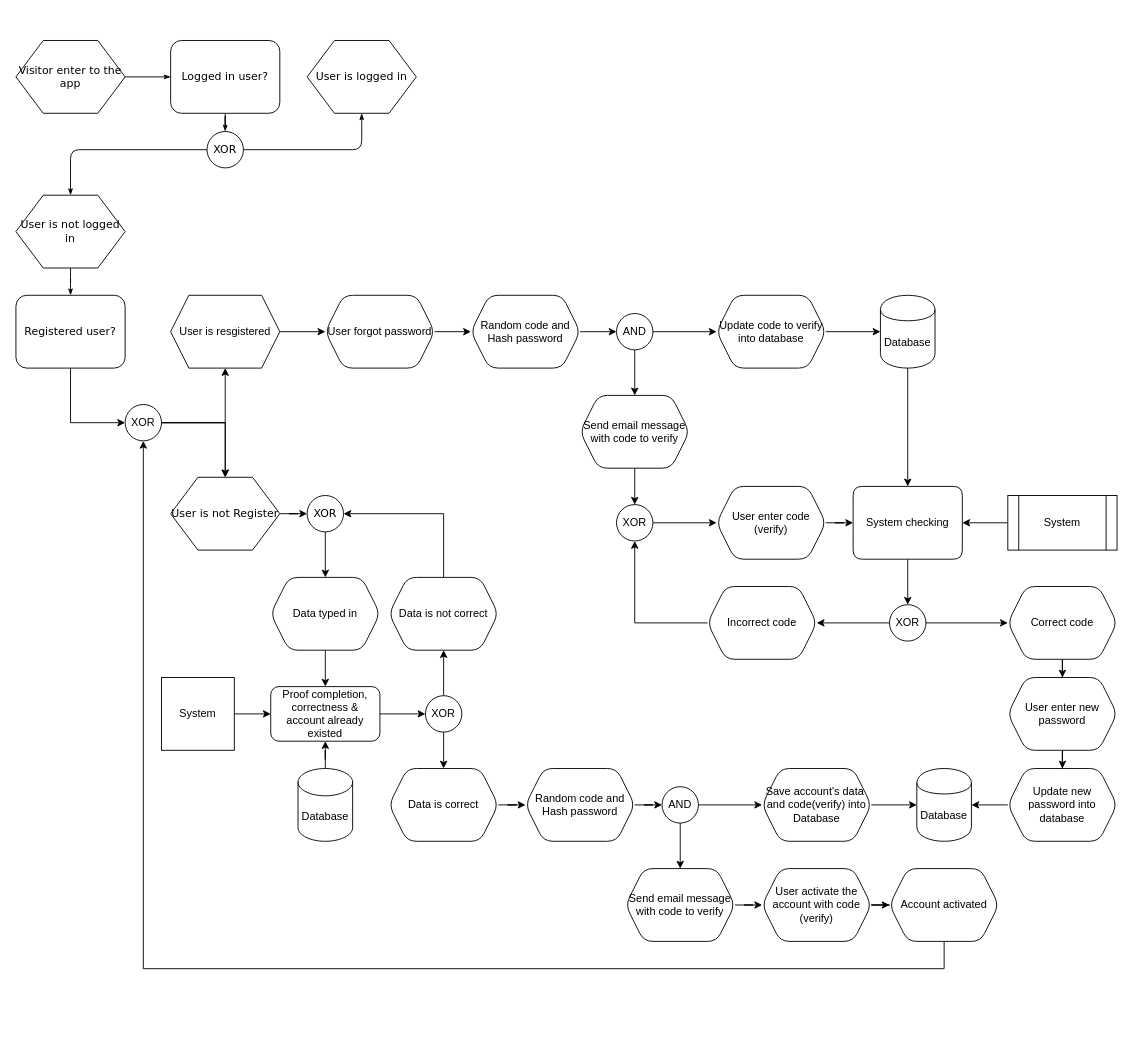
Before: Untitled Diagram.drawio in LoebKalin/HTML, a draw.io diagram. Source tidied: cells renumbered, new cells numbered last; positions are measured from the earlier drawing's top-left corner, leaving out a move shared by most shapes. Both pictures are drawn from the tidied source at 91%, with x=0, y=0 at pixel (15, 40).
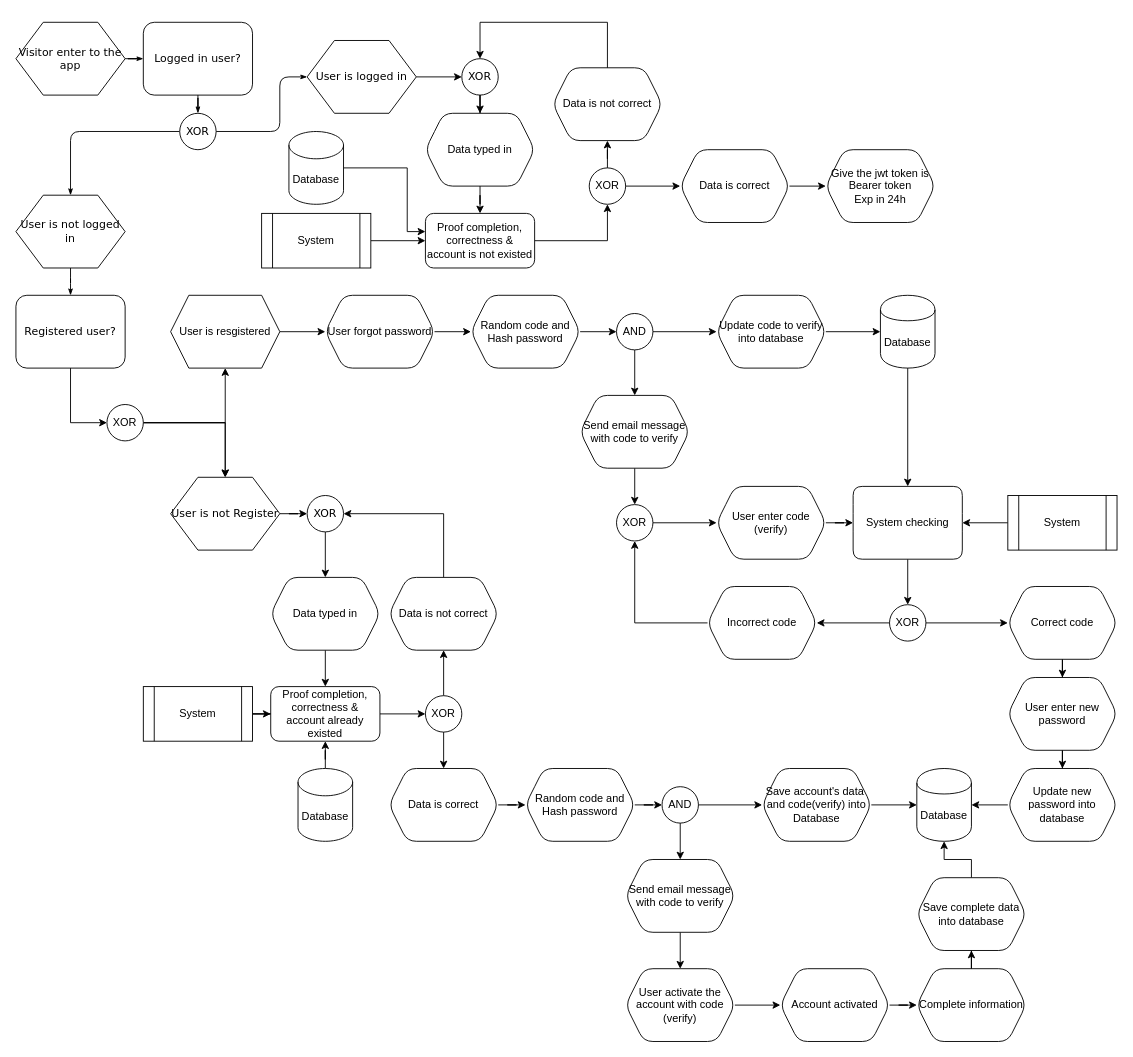
The same diagram, later.

Unchanged cells that the change refers to:
```xml
<mxCell id="11" value="User is logged in" style="shape=hexagon;perimeter=hexagonPerimeter;whiteSpace=wrap;html=1;rounded=0;shadow=0;labelBackgroundColor=none;strokeWidth=1;fontFamily=Verdana;fontSize=12;align=center;" parent="1" vertex="1">
  <mxGeometry x="320" width="120" height="80" as="geometry" />
</mxCell>
<mxCell id="27" value="Proof completion, correctness &amp;amp; account already existed" style="whiteSpace=wrap;html=1;rounded=1;" parent="1" vertex="1">
  <mxGeometry x="280" y="710" width="120" height="60" as="geometry" />
</mxCell>
<mxCell id="40" value="Database" style="shape=cylinder;whiteSpace=wrap;html=1;boundedLbl=1;backgroundOutline=1;rounded=1;" parent="1" vertex="1">
  <mxGeometry x="990" y="800" width="60" height="80" as="geometry" />
</mxCell>
```

Change to the diagram source:
```diff
@@
     <mxCell id="3" value="Visitor enter to the app" style="shape=hexagon;perimeter=hexagonPerimeter;whiteSpace=wrap;html=1;rounded=0;shadow=0;labelBackgroundColor=none;strokeWidth=1;fontFamily=Verdana;fontSize=12;align=center;" parent="1" vertex="1">
-      <mxGeometry width="120" height="80" as="geometry" />
+      <mxGeometry y="-20" width="120" height="80" as="geometry" />
     </mxCell>
@@
     <mxCell id="5" value="Logged in user?" style="rounded=1;whiteSpace=wrap;html=1;shadow=0;labelBackgroundColor=none;strokeWidth=1;fontFamily=Verdana;fontSize=12;align=center;" parent="1" vertex="1">
-      <mxGeometry x="170" width="120" height="80" as="geometry" />
+      <mxGeometry x="140" y="-20" width="120" height="80" as="geometry" />
     </mxCell>
     <mxCell id="6" style="edgeStyle=orthogonalEdgeStyle;rounded=1;html=1;labelBackgroundColor=none;startArrow=none;startFill=0;startSize=5;endArrow=classicThin;endFill=1;endSize=5;jettySize=auto;strokeWidth=1;fontFamily=Verdana;fontSize=8;" parent="1" edge="1" source="8" target="11">
-      <mxGeometry relative="1" as="geometry" />
+      <mxGeometry relative="1" as="geometry">
+        <Array as="points">
+          <mxPoint x="290" y="100" />
+          <mxPoint x="290" y="40" />
+        </Array>
+      </mxGeometry>
     </mxCell>
@@
     <mxCell id="8" value="XOR" style="ellipse;whiteSpace=wrap;html=1;rounded=1;shadow=0;labelBackgroundColor=none;strokeWidth=1;fontFamily=Verdana;fontSize=12;align=center;" parent="1" vertex="1">
-      <mxGeometry x="210" y="100" width="40" height="40" as="geometry" />
+      <mxGeometry x="180" y="80" width="40" height="40" as="geometry" />
     </mxCell>
@@
+    <mxCell id="85" style="edgeStyle=orthogonalEdgeStyle;rounded=0;jettySize=auto;html=1;" parent="1" edge="1" source="11" target="94">
+      <mxGeometry relative="1" as="geometry" />
+    </mxCell>
@@
     <mxCell id="19" value="XOR" style="ellipse;whiteSpace=wrap;html=1;" parent="1" vertex="1">
-      <mxGeometry x="120" y="400" width="40" height="40" as="geometry" />
+      <mxGeometry x="100" y="400" width="40" height="40" as="geometry" />
     </mxCell>
@@
-    <mxCell id="28" style="edgeStyle=orthogonalEdgeStyle;rounded=0;jettySize=auto;html=1;" parent="1" edge="1" source="29" target="27">
-      <mxGeometry relative="1" as="geometry" />
-    </mxCell>
-    <mxCell id="29" value="System" style="whiteSpace=wrap;html=1;" parent="1" vertex="1">
-      <mxGeometry x="160" y="700" width="80" height="80" as="geometry" />
-    </mxCell>
@@
     <mxCell id="48" value="Send email message with code to verify" style="shape=hexagon;perimeter=hexagonPerimeter2;whiteSpace=wrap;html=1;fixedSize=1;rounded=1;" parent="1" vertex="1">
-      <mxGeometry x="670" y="910" width="120" height="80" as="geometry" />
+      <mxGeometry x="670" y="900" width="120" height="80" as="geometry" />
     </mxCell>
@@
     <mxCell id="50" value="User activate the account with code (verify)" style="shape=hexagon;perimeter=hexagonPerimeter2;whiteSpace=wrap;html=1;fixedSize=1;rounded=1;" parent="1" vertex="1">
-      <mxGeometry x="820" y="910" width="120" height="80" as="geometry" />
+      <mxGeometry x="670" y="1020" width="120" height="80" as="geometry" />
     </mxCell>
-    <mxCell id="51" style="edgeStyle=orthogonalEdgeStyle;rounded=0;jettySize=auto;html=1;entryX=0.5;entryY=1;entryDx=0;entryDy=0;" parent="1" edge="1" source="52" target="19">
-      <mxGeometry relative="1" as="geometry">
-        <Array as="points">
-          <mxPoint x="1020" y="1020" />
-          <mxPoint x="140" y="1020" />
-        </Array>
-      </mxGeometry>
-    </mxCell>
+    <mxCell id="86" style="edgeStyle=orthogonalEdgeStyle;rounded=0;jettySize=auto;html=1;" parent="1" edge="1" source="52" target="90">
+      <mxGeometry relative="1" as="geometry" />
+    </mxCell>
     <mxCell id="52" value="Account activated" style="shape=hexagon;perimeter=hexagonPerimeter2;whiteSpace=wrap;html=1;fixedSize=1;rounded=1;" parent="1" vertex="1">
-      <mxGeometry x="960" y="910" width="120" height="80" as="geometry" />
+      <mxGeometry x="840" y="1020" width="120" height="80" as="geometry" />
     </mxCell>
@@
+    <mxCell id="87" style="edgeStyle=orthogonalEdgeStyle;rounded=0;jettySize=auto;html=1;" parent="1" edge="1" source="88" target="27">
+      <mxGeometry relative="1" as="geometry" />
+    </mxCell>
+    <mxCell id="88" value="System" style="shape=process;whiteSpace=wrap;html=1;backgroundOutline=1;" parent="1" vertex="1">
+      <mxGeometry x="140" y="710" width="120" height="60" as="geometry" />
+    </mxCell>
+    <mxCell id="89" style="edgeStyle=orthogonalEdgeStyle;rounded=0;jettySize=auto;html=1;" parent="1" edge="1" source="90" target="92">
+      <mxGeometry relative="1" as="geometry" />
+    </mxCell>
+    <mxCell id="90" value="Complete information" style="shape=hexagon;perimeter=hexagonPerimeter2;whiteSpace=wrap;html=1;fixedSize=1;rounded=1;" parent="1" vertex="1">
+      <mxGeometry x="990" y="1020" width="120" height="80" as="geometry" />
+    </mxCell>
+    <mxCell id="91" style="edgeStyle=orthogonalEdgeStyle;rounded=0;jettySize=auto;html=1;" parent="1" edge="1" source="92" target="40">
+      <mxGeometry relative="1" as="geometry" />
+    </mxCell>
+    <mxCell id="92" value="Save complete data into database" style="shape=hexagon;perimeter=hexagonPerimeter2;whiteSpace=wrap;html=1;fixedSize=1;rounded=1;" parent="1" vertex="1">
+      <mxGeometry x="990" y="920" width="120" height="80" as="geometry" />
+    </mxCell>
+    <mxCell id="93" style="edgeStyle=orthogonalEdgeStyle;rounded=0;jettySize=auto;html=1;" parent="1" edge="1" source="94" target="96">
+      <mxGeometry relative="1" as="geometry" />
+    </mxCell>
+    <mxCell id="94" value="XOR" style="ellipse;whiteSpace=wrap;html=1;rounded=0;shadow=0;fontFamily=Verdana;strokeWidth=1;" parent="1" vertex="1">
+      <mxGeometry x="490" y="20" width="40" height="40" as="geometry" />
+    </mxCell>
+    <mxCell id="95" style="edgeStyle=orthogonalEdgeStyle;rounded=0;jettySize=auto;html=1;" parent="1" edge="1" source="96" target="98">
+      <mxGeometry relative="1" as="geometry" />
+    </mxCell>
+    <mxCell id="96" value="Data typed in" style="shape=hexagon;perimeter=hexagonPerimeter2;whiteSpace=wrap;html=1;fixedSize=1;rounded=1;" parent="1" vertex="1">
+      <mxGeometry x="450" y="80" width="120" height="80" as="geometry" />
+    </mxCell>
+    <mxCell id="97" style="edgeStyle=orthogonalEdgeStyle;rounded=0;jettySize=auto;html=1;" parent="1" edge="1" source="98" target="101">
+      <mxGeometry relative="1" as="geometry" />
+    </mxCell>
+    <mxCell id="98" value="Proof completion, correctness &amp;amp; account is not existed" style="whiteSpace=wrap;html=1;rounded=1;" parent="1" vertex="1">
+      <mxGeometry x="450" y="190" width="120" height="60" as="geometry" />
+    </mxCell>
+    <mxCell id="99" style="edgeStyle=orthogonalEdgeStyle;rounded=0;jettySize=auto;html=1;" parent="1" edge="1" source="101" target="102">
+      <mxGeometry relative="1" as="geometry" />
+    </mxCell>
+    <mxCell id="100" style="edgeStyle=orthogonalEdgeStyle;rounded=0;jettySize=auto;html=1;" parent="1" edge="1" source="101" target="104">
+      <mxGeometry relative="1" as="geometry" />
+    </mxCell>
+    <mxCell id="101" value="XOR" style="ellipse;whiteSpace=wrap;html=1;rounded=1;" parent="1" vertex="1">
+      <mxGeometry x="630" y="140" width="40" height="40" as="geometry" />
+    </mxCell>
+    <mxCell id="102" value="Data is not correct" style="shape=hexagon;perimeter=hexagonPerimeter2;whiteSpace=wrap;html=1;fixedSize=1;rounded=1;" parent="1" vertex="1">
+      <mxGeometry x="590" y="30" width="120" height="80" as="geometry" />
+    </mxCell>
+    <mxCell id="103" style="edgeStyle=orthogonalEdgeStyle;rounded=0;jettySize=auto;html=1;" parent="1" edge="1" source="104" target="109">
+      <mxGeometry relative="1" as="geometry" />
+    </mxCell>
+    <mxCell id="104" value="Data is correct" style="shape=hexagon;perimeter=hexagonPerimeter2;whiteSpace=wrap;html=1;fixedSize=1;rounded=1;" parent="1" vertex="1">
+      <mxGeometry x="730" y="120" width="120" height="80" as="geometry" />
+    </mxCell>
+    <mxCell id="105" style="edgeStyle=orthogonalEdgeStyle;rounded=0;jettySize=auto;html=1;" parent="1" edge="1" source="106" target="98">
+      <mxGeometry relative="1" as="geometry">
+        <Array as="points">
+          <mxPoint x="430" y="140" />
+          <mxPoint x="430" y="210" />
+        </Array>
+      </mxGeometry>
+    </mxCell>
+    <mxCell id="106" value="Database" style="shape=cylinder3;whiteSpace=wrap;html=1;boundedLbl=1;backgroundOutline=1;size=15;" parent="1" vertex="1">
+      <mxGeometry x="300" y="100" width="60" height="80" as="geometry" />
+    </mxCell>
+    <mxCell id="107" style="edgeStyle=orthogonalEdgeStyle;rounded=0;jettySize=auto;html=1;" parent="1" edge="1" source="108" target="98">
+      <mxGeometry relative="1" as="geometry" />
+    </mxCell>
+    <mxCell id="108" value="System" style="shape=process;whiteSpace=wrap;html=1;backgroundOutline=1;" parent="1" vertex="1">
+      <mxGeometry x="270" y="190" width="120" height="60" as="geometry" />
+    </mxCell>
+    <mxCell id="109" value="Give the jwt token is Bearer token&lt;br&gt;Exp in 24h" style="shape=hexagon;perimeter=hexagonPerimeter2;whiteSpace=wrap;html=1;fixedSize=1;rounded=1;" parent="1" vertex="1">
+      <mxGeometry x="890" y="120" width="120" height="80" as="geometry" />
+    </mxCell>
+    <mxCell id="110" style="edgeStyle=orthogonalEdgeStyle;rounded=0;jettySize=auto;html=1;exitX=0.5;exitY=0;exitDx=0;exitDy=0;entryX=0.5;entryY=0;entryDx=0;entryDy=0;" parent="1" edge="1" source="102" target="94">
+      <mxGeometry relative="1" as="geometry">
+        <Array as="points">
+          <mxPoint x="650" y="-20" />
+          <mxPoint x="510" y="-20" />
+        </Array>
+      </mxGeometry>
+    </mxCell>
```
